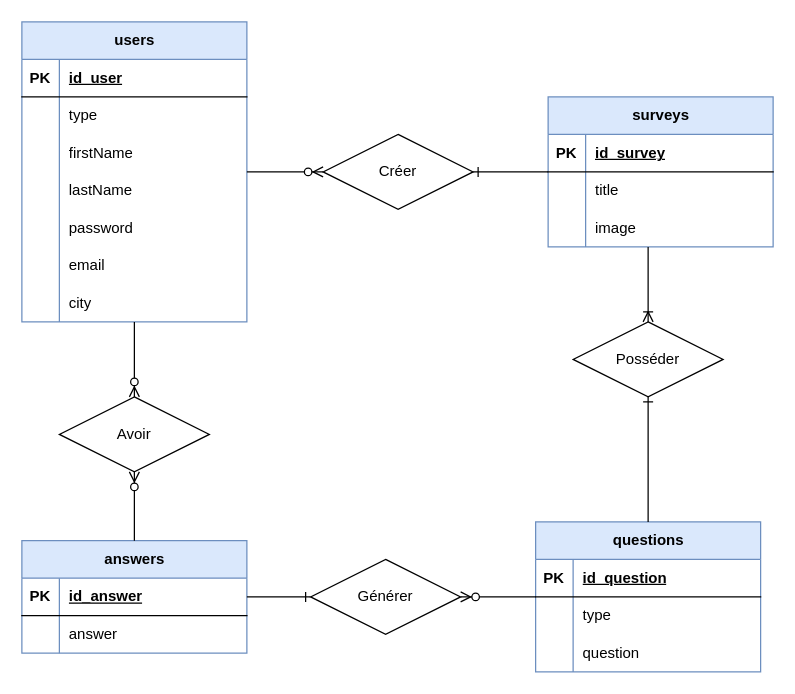
This is doc/MCD-Lombardo-TPI.drawio from Robi2004/survey, a draw.io file, before an edit. Source tidied: cells renumbered, new cells numbered last; positions are measured from the earlier drawing's top-left corner, leaving out a move shared by most shapes. Both pictures are drawn from the tidied source at 125%, with x=0, y=0 at pixel (21, 21).
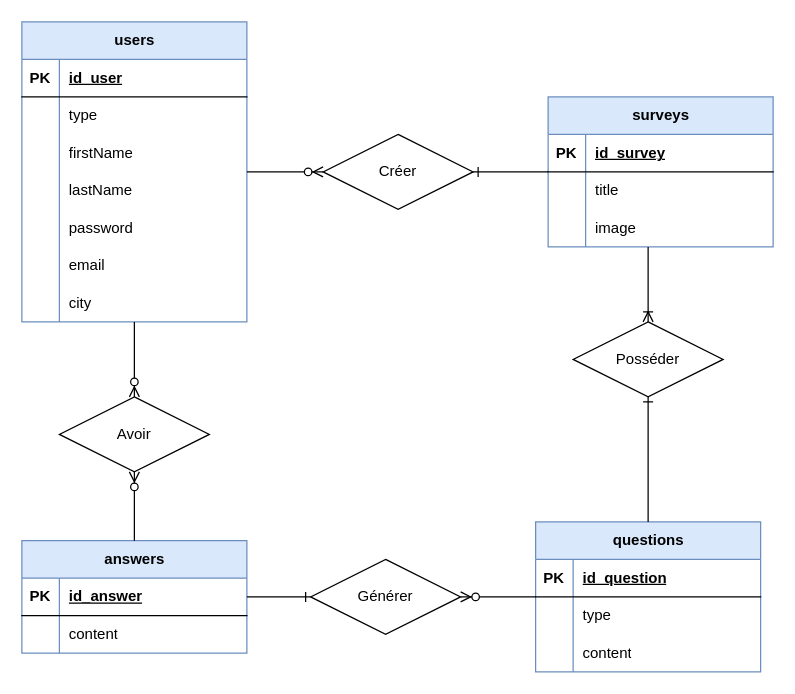
After the change.

Unchanged cells that the change refers to:
```xml
<mxCell id="40" style="shape=tableRow;horizontal=0;startSize=0;swimlaneHead=0;swimlaneBody=0;fillColor=none;top=0;left=0;right=0;bottom=0;" parent="36" vertex="1">
  <mxGeometry y="60" width="180" height="30" as="geometry" />
</mxCell>
<mxCell id="54" style="shape=tableRow;horizontal=0;startSize=0;swimlaneHead=0;swimlaneBody=0;fillColor=none;top=0;left=0;right=0;bottom=0;" parent="47" vertex="1">
  <mxGeometry y="90" width="180" height="30" as="geometry" />
</mxCell>
```

Change to the diagram source:
```diff
@@
-    <mxCell id="42" value="answer" style="shape=partialRectangle;fillColor=none;top=0;left=0;bottom=0;right=0;align=left;spacingLeft=6;overflow=hidden;whiteSpace=wrap;html=1;" parent="40" vertex="1">
+    <mxCell id="42" value="content" style="shape=partialRectangle;fillColor=none;top=0;left=0;bottom=0;right=0;align=left;spacingLeft=6;overflow=hidden;whiteSpace=wrap;html=1;" parent="40" vertex="1">
       <mxGeometry x="30" width="150" height="30" as="geometry" />
     </mxCell>
@@
-    <mxCell id="56" value="question" style="shape=partialRectangle;fillColor=none;top=0;left=0;bottom=0;right=0;align=left;spacingLeft=6;overflow=hidden;whiteSpace=wrap;html=1;" parent="54" vertex="1">
+    <mxCell id="56" value="content" style="shape=partialRectangle;fillColor=none;top=0;left=0;bottom=0;right=0;align=left;spacingLeft=6;overflow=hidden;whiteSpace=wrap;html=1;" parent="54" vertex="1">
       <mxGeometry x="30" width="150" height="30" as="geometry" />
     </mxCell>
```
